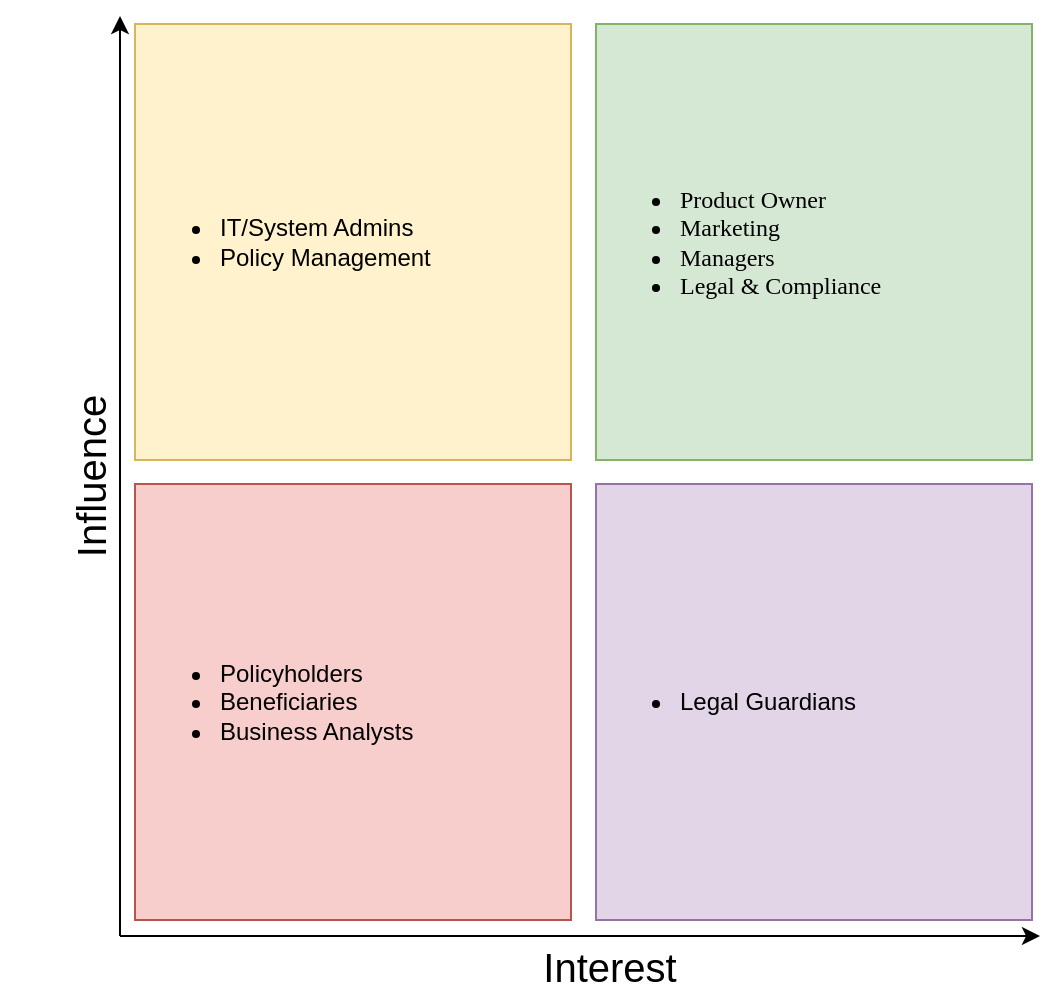
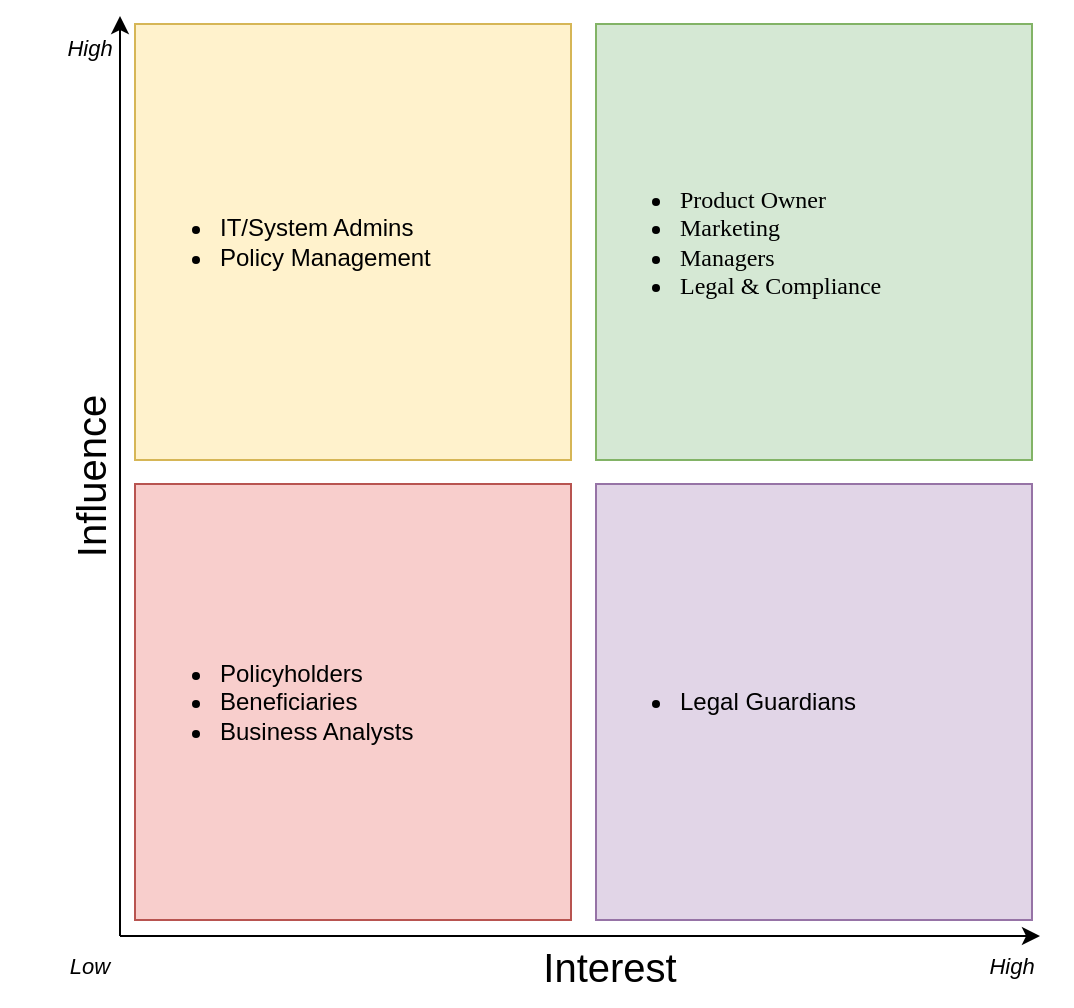
<mxfile host="app.diagrams.net">
  <diagram name="Page-1" id="X0_ej0eFDL27t5ckUI4T">
-     <mxGraphModel dx="703" dy="256" grid="0" gridSize="10" guides="1" tooltips="1" connect="1" arrows="1" fold="1" page="0" pageScale="1" pageWidth="850" pageHeight="1100" math="0" shadow="0">
+     <mxGraphModel dx="1028" dy="260" grid="0" gridSize="10" guides="1" tooltips="1" connect="1" arrows="1" fold="1" page="0" pageScale="1" pageWidth="850" pageHeight="1100" math="0" shadow="0">
      <root>
        <mxCell id="0" />
        <mxCell id="1" parent="0" />
        <mxCell id="PIgoorRqnE2DbjH-4ZoE-1" parent="1" style="whiteSpace=wrap;html=1;aspect=fixed;fillColor=#fff2cc;strokeColor=#d6b656;align=left;" value="&lt;ul&gt;&lt;li&gt;&lt;span style=&quot;background-color: transparent; color: light-dark(rgb(0, 0, 0), rgb(255, 255, 255));&quot;&gt;IT/System Admins&lt;/span&gt;&lt;/li&gt;&lt;li&gt;&lt;span style=&quot;background-color: transparent; color: light-dark(rgb(0, 0, 0), rgb(255, 255, 255));&quot;&gt;Policy Management&lt;/span&gt;&lt;/li&gt;&lt;/ul&gt;" vertex="1">
          <mxGeometry height="218" width="218" x="307.5" y="564" as="geometry" />
        </mxCell>
        <mxCell id="PIgoorRqnE2DbjH-4ZoE-2" parent="1" style="whiteSpace=wrap;html=1;aspect=fixed;fillColor=#f8cecc;strokeColor=#b85450;align=left;" value="&lt;ul&gt;&lt;li&gt;&lt;span style=&quot;&quot;&gt;Policyholders&lt;/span&gt;&lt;/li&gt;&lt;li&gt;&lt;span style=&quot;background-color: transparent; color: light-dark(rgb(0, 0, 0), rgb(255, 255, 255));&quot;&gt;Beneficiaries&lt;/span&gt;&lt;/li&gt;&lt;li&gt;Business Analysts&lt;/li&gt;&lt;/ul&gt;" vertex="1">
          <mxGeometry height="218" width="218" x="307.5" y="794" as="geometry" />
        </mxCell>
        <mxCell id="PIgoorRqnE2DbjH-4ZoE-3" parent="1" style="whiteSpace=wrap;html=1;aspect=fixed;fillColor=#e1d5e7;strokeColor=#9673a6;align=left;" value="&lt;ul&gt;&lt;li&gt;&lt;span style=&quot;&quot;&gt;Legal Guardians&lt;/span&gt;&lt;/li&gt;&lt;/ul&gt;" vertex="1">
          <mxGeometry height="218" width="218" x="538" y="794" as="geometry" />
        </mxCell>
        <mxCell id="PIgoorRqnE2DbjH-4ZoE-4" parent="1" style="whiteSpace=wrap;html=1;aspect=fixed;fillColor=#d5e8d4;strokeColor=#82b366;align=left;" value="&lt;ul&gt;&lt;li&gt;&lt;span style=&quot;color: light-dark(rgb(0, 0, 0), rgb(255, 255, 255)); font-family: Verdana; background-color: transparent;&quot;&gt;Product Owner&lt;/span&gt;&lt;/li&gt;&lt;li&gt;&lt;span style=&quot;color: light-dark(rgb(0, 0, 0), rgb(255, 255, 255)); font-family: Verdana; background-color: transparent;&quot;&gt;Marketing&lt;/span&gt;&lt;/li&gt;&lt;li&gt;&lt;span style=&quot;color: light-dark(rgb(0, 0, 0), rgb(255, 255, 255)); font-family: Verdana; background-color: transparent;&quot;&gt;Managers&lt;/span&gt;&lt;/li&gt;&lt;li&gt;&lt;span style=&quot;color: light-dark(rgb(0, 0, 0), rgb(255, 255, 255)); font-family: Verdana; background-color: transparent;&quot;&gt;Legal &amp;amp; Compliance&lt;/span&gt;&lt;/li&gt;&lt;/ul&gt;" vertex="1">
          <mxGeometry height="218" width="218" x="538" y="564" as="geometry" />
        </mxCell>
        <mxCell id="PIgoorRqnE2DbjH-4ZoE-14" connectable="0" parent="1" style="group" value="" vertex="1">
-           <mxGeometry height="285" width="350" x="240" y="770" as="geometry" />
+           <mxGeometry height="285" width="359" x="240" y="770" as="geometry" />
        </mxCell>
        <mxCell id="PIgoorRqnE2DbjH-4ZoE-10" edge="1" parent="PIgoorRqnE2DbjH-4ZoE-14" style="endArrow=classic;html=1;rounded=0;" value="">
          <mxGeometry height="50" relative="1" width="50" as="geometry">
            <mxPoint x="60" y="250" as="sourcePoint" />
            <mxPoint x="520" y="250" as="targetPoint" />
          </mxGeometry>
        </mxCell>
        <mxCell id="PIgoorRqnE2DbjH-4ZoE-11" edge="1" parent="PIgoorRqnE2DbjH-4ZoE-14" style="endArrow=classic;html=1;rounded=0;" value="">
          <mxGeometry height="50" relative="1" width="50" as="geometry">
            <mxPoint x="60" y="250" as="sourcePoint" />
            <mxPoint x="60" y="-210" as="targetPoint" />
          </mxGeometry>
        </mxCell>
        <mxCell id="PIgoorRqnE2DbjH-4ZoE-12" parent="PIgoorRqnE2DbjH-4ZoE-14" style="text;html=1;whiteSpace=wrap;strokeColor=none;fillColor=none;align=center;verticalAlign=middle;rounded=0;" value="&lt;font style=&quot;font-size: 20px;&quot;&gt;Interest&lt;/font&gt;" vertex="1">
          <mxGeometry height="40" width="90" x="260" y="245" as="geometry" />
        </mxCell>
        <mxCell id="PIgoorRqnE2DbjH-4ZoE-13" parent="PIgoorRqnE2DbjH-4ZoE-14" style="text;html=1;whiteSpace=wrap;strokeColor=none;fillColor=none;align=center;verticalAlign=middle;rounded=0;rotation=-90;" value="&lt;font style=&quot;font-size: 20px;&quot;&gt;Influence&lt;/font&gt;" vertex="1">
          <mxGeometry height="40" width="90" as="geometry" />
        </mxCell>
+         <mxCell id="1tSSiDufjy93hYo7vjCC-1" parent="PIgoorRqnE2DbjH-4ZoE-14" style="text;html=1;whiteSpace=wrap;strokeColor=none;fillColor=none;align=center;verticalAlign=middle;rounded=0;" value="&lt;font style=&quot;font-size: 11px;&quot;&gt;&lt;i&gt;Low&lt;/i&gt;&lt;/font&gt;" vertex="1">
+           <mxGeometry height="30" width="60" x="15" y="250" as="geometry" />
+         </mxCell>
+         <mxCell id="1tSSiDufjy93hYo7vjCC-8" parent="PIgoorRqnE2DbjH-4ZoE-14" style="text;html=1;whiteSpace=wrap;strokeColor=none;fillColor=none;align=center;verticalAlign=middle;rounded=0;" value="&lt;font style=&quot;font-size: 11px;&quot;&gt;&lt;i&gt;High&lt;/i&gt;&lt;/font&gt;" vertex="1">
+           <mxGeometry height="30" width="60" x="476" y="250" as="geometry" />
+         </mxCell>
+         <mxCell id="1tSSiDufjy93hYo7vjCC-16" parent="1" style="text;html=1;whiteSpace=wrap;strokeColor=none;fillColor=none;align=center;verticalAlign=middle;rounded=0;" value="&lt;font style=&quot;font-size: 11px;&quot;&gt;&lt;i&gt;High&lt;/i&gt;&lt;/font&gt;" vertex="1">
+           <mxGeometry height="29" width="60" x="255" y="561" as="geometry" />
+         </mxCell>
      </root>
    </mxGraphModel>
  </diagram>
</mxfile>
